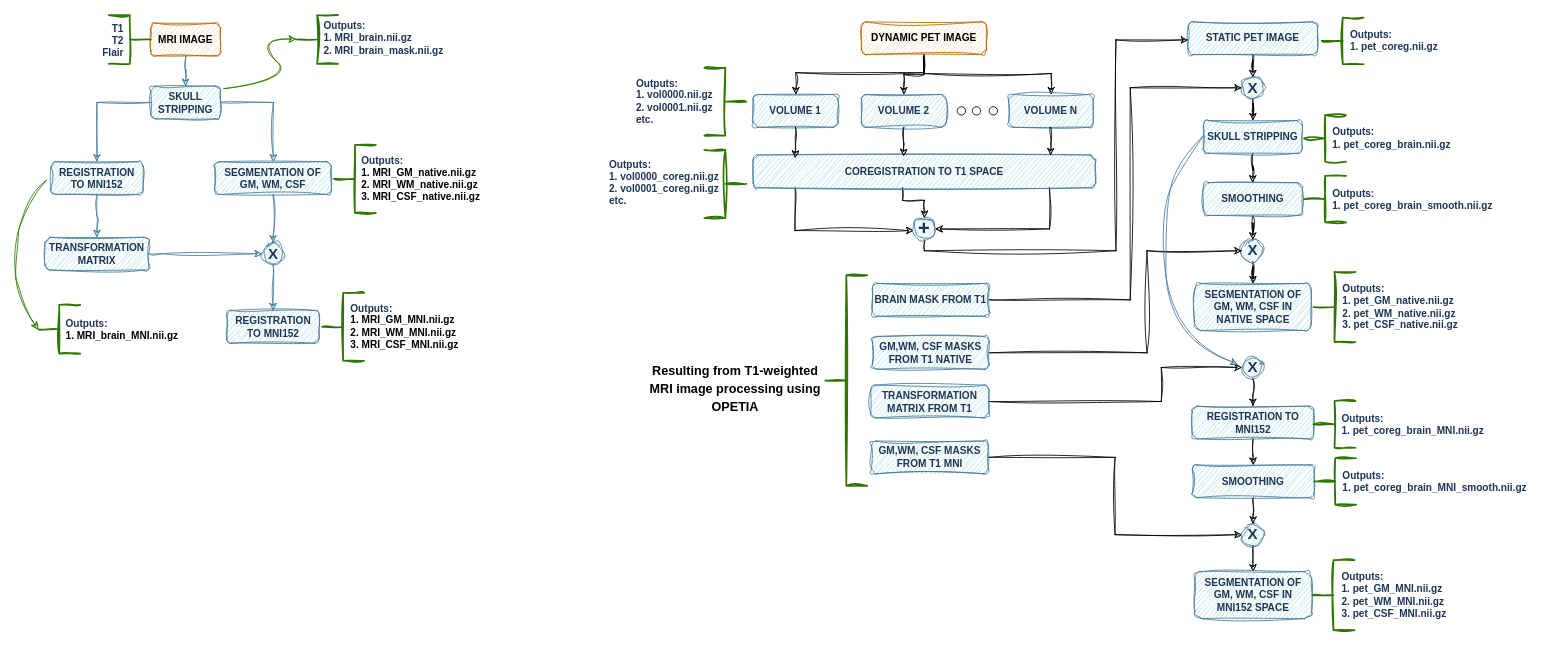
Earlier version of the draw.io diagram Images/pipelines.drawio (taha-parsayan/OPETIA). Source tidied: cells renumbered, new cells numbered last; positions are measured from the earlier drawing's top-left corner, leaving out a move shared by most shapes. Both pictures are drawn from the tidied source at 84%, with x=0, y=0 at pixel (13, 14).
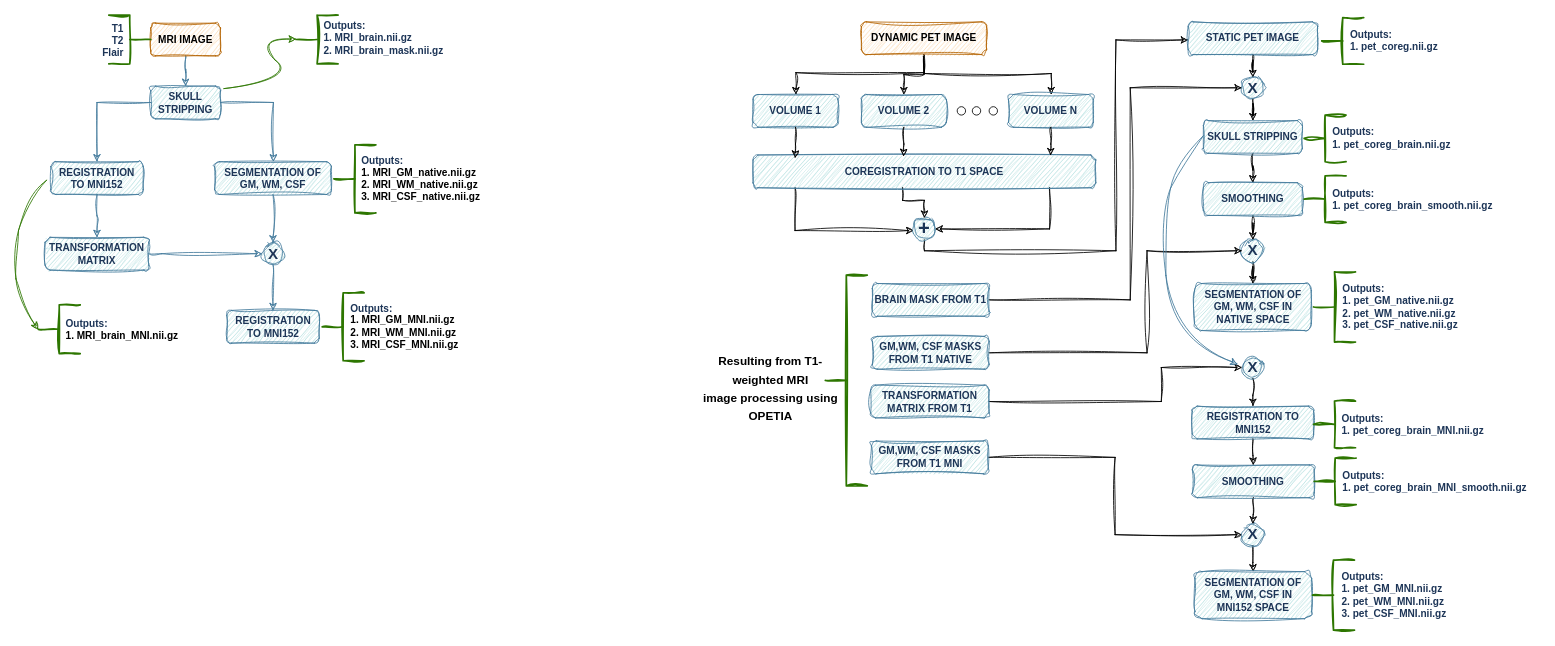
The same page after the edit.

Change to the diagram source:
```diff
@@
-    <mxCell id="74" style="strokeWidth=2;html=1;shape=mxgraph.flowchart.annotation_2;align=left;labelPosition=right;labelBackgroundColor=none;fillColor=#60a917;strokeColor=#2D7600;fontColor=#ffffff;sketch=1;curveFitting=1;jiggle=2;rotation=-180;" parent="1" vertex="1">
-      <mxGeometry x="822" y="63" width="50" height="81" as="geometry" />
-    </mxCell>
-    <mxCell id="75" value="&lt;div&gt;&lt;b&gt;&lt;font&gt;Outputs:&lt;/font&gt;&lt;/b&gt;&lt;/div&gt;&lt;div&gt;&lt;font&gt;&lt;b&gt;1. vol0000.nii.gz&lt;/b&gt;&lt;/font&gt;&lt;/div&gt;&lt;div&gt;&lt;font&gt;&lt;b&gt;2. vol0001.nii.gz&lt;/b&gt;&lt;/font&gt;&lt;/div&gt;&lt;div&gt;&lt;font&gt;&lt;b style=&quot;&quot;&gt;etc.&lt;/b&gt;&lt;/font&gt;&lt;/div&gt;" style="text;html=1;align=left;verticalAlign=middle;strokeColor=none;fillColor=none;labelBackgroundColor=none;fontColor=#1D3557;sketch=1;curveFitting=1;jiggle=2;" parent="1" vertex="1">
-      <mxGeometry x="739" y="68" width="109" height="70" as="geometry" />
-    </mxCell>
-    <mxCell id="76" style="strokeWidth=2;html=1;shape=mxgraph.flowchart.annotation_2;align=left;labelPosition=right;labelBackgroundColor=none;fillColor=#60a917;strokeColor=#2D7600;fontColor=#ffffff;sketch=1;curveFitting=1;jiggle=2;rotation=-180;" parent="1" vertex="1">
-      <mxGeometry x="822" y="161" width="50" height="81" as="geometry" />
-    </mxCell>
-    <mxCell id="77" value="&lt;div&gt;&lt;b&gt;&lt;font&gt;Outputs:&lt;/font&gt;&lt;/b&gt;&lt;/div&gt;&lt;div&gt;&lt;font&gt;&lt;b&gt;1. vol0000_coreg.nii.gz&lt;/b&gt;&lt;/font&gt;&lt;/div&gt;&lt;div&gt;&lt;font&gt;&lt;b&gt;2. vol0001_coreg.nii.gz&lt;/b&gt;&lt;/font&gt;&lt;/div&gt;&lt;div&gt;&lt;font&gt;&lt;b style=&quot;&quot;&gt;etc.&lt;/b&gt;&lt;/font&gt;&lt;/div&gt;" style="text;html=1;align=left;verticalAlign=middle;strokeColor=none;fillColor=none;labelBackgroundColor=none;fontColor=#1D3557;sketch=1;curveFitting=1;jiggle=2;" parent="1" vertex="1">
-      <mxGeometry x="707" y="165" width="149" height="70" as="geometry" />
-    </mxCell>
@@
-    <mxCell id="96" value="&lt;h2&gt;&lt;font face=&quot;Helvetica&quot; style=&quot;font-size: 15px;&quot;&gt;&lt;b style=&quot;&quot;&gt;Resulting from T1-weighted MRI image&amp;nbsp;&lt;/b&gt;&lt;/font&gt;&lt;b style=&quot;font-size: 15px; font-family: Helvetica; background-color: transparent; color: light-dark(rgb(0, 0, 0), rgb(255, 255, 255));&quot;&gt;processing&amp;nbsp;&lt;/b&gt;&lt;b style=&quot;background-color: transparent; color: light-dark(rgb(0, 0, 0), rgb(255, 255, 255)); font-size: 15px; font-family: Helvetica;&quot;&gt;using OPETIA&lt;/b&gt;&lt;/h2&gt;" style="text;html=1;align=center;verticalAlign=middle;whiteSpace=wrap;rounded=0;fontFamily=Architects Daughter;" parent="1" vertex="1">
-      <mxGeometry x="756" y="349" width="206" height="191" as="geometry" />
+    <mxCell id="96" value="&lt;h2&gt;&lt;font style=&quot;font-size: 14px;&quot;&gt;&lt;font face=&quot;Helvetica&quot; style=&quot;&quot;&gt;&lt;b style=&quot;&quot;&gt;Resulting from&lt;/b&gt;&lt;/font&gt;&lt;/font&gt;&lt;font style=&quot;font-size: 14px; background-color: transparent; color: light-dark(rgb(0, 0, 0), rgb(255, 255, 255)); font-weight: normal;&quot; face=&quot;Helvetica&quot;&gt;&lt;b&gt;&amp;nbsp;T1-weighted MRI image&amp;nbsp;&lt;/b&gt;&lt;/font&gt;&lt;b style=&quot;font-size: 14px; background-color: transparent; color: light-dark(rgb(0, 0, 0), rgb(255, 255, 255)); font-family: Helvetica;&quot;&gt;processing&amp;nbsp;&lt;/b&gt;&lt;b style=&quot;font-size: 14px; background-color: transparent; color: light-dark(rgb(0, 0, 0), rgb(255, 255, 255)); font-family: Helvetica;&quot;&gt;using OPETIA&lt;/b&gt;&lt;/h2&gt;" style="text;html=1;align=center;verticalAlign=middle;whiteSpace=wrap;rounded=0;fontFamily=Architects Daughter;" parent="1" vertex="1">
+      <mxGeometry x="818" y="349" width="166" height="191" as="geometry" />
     </mxCell>
```
